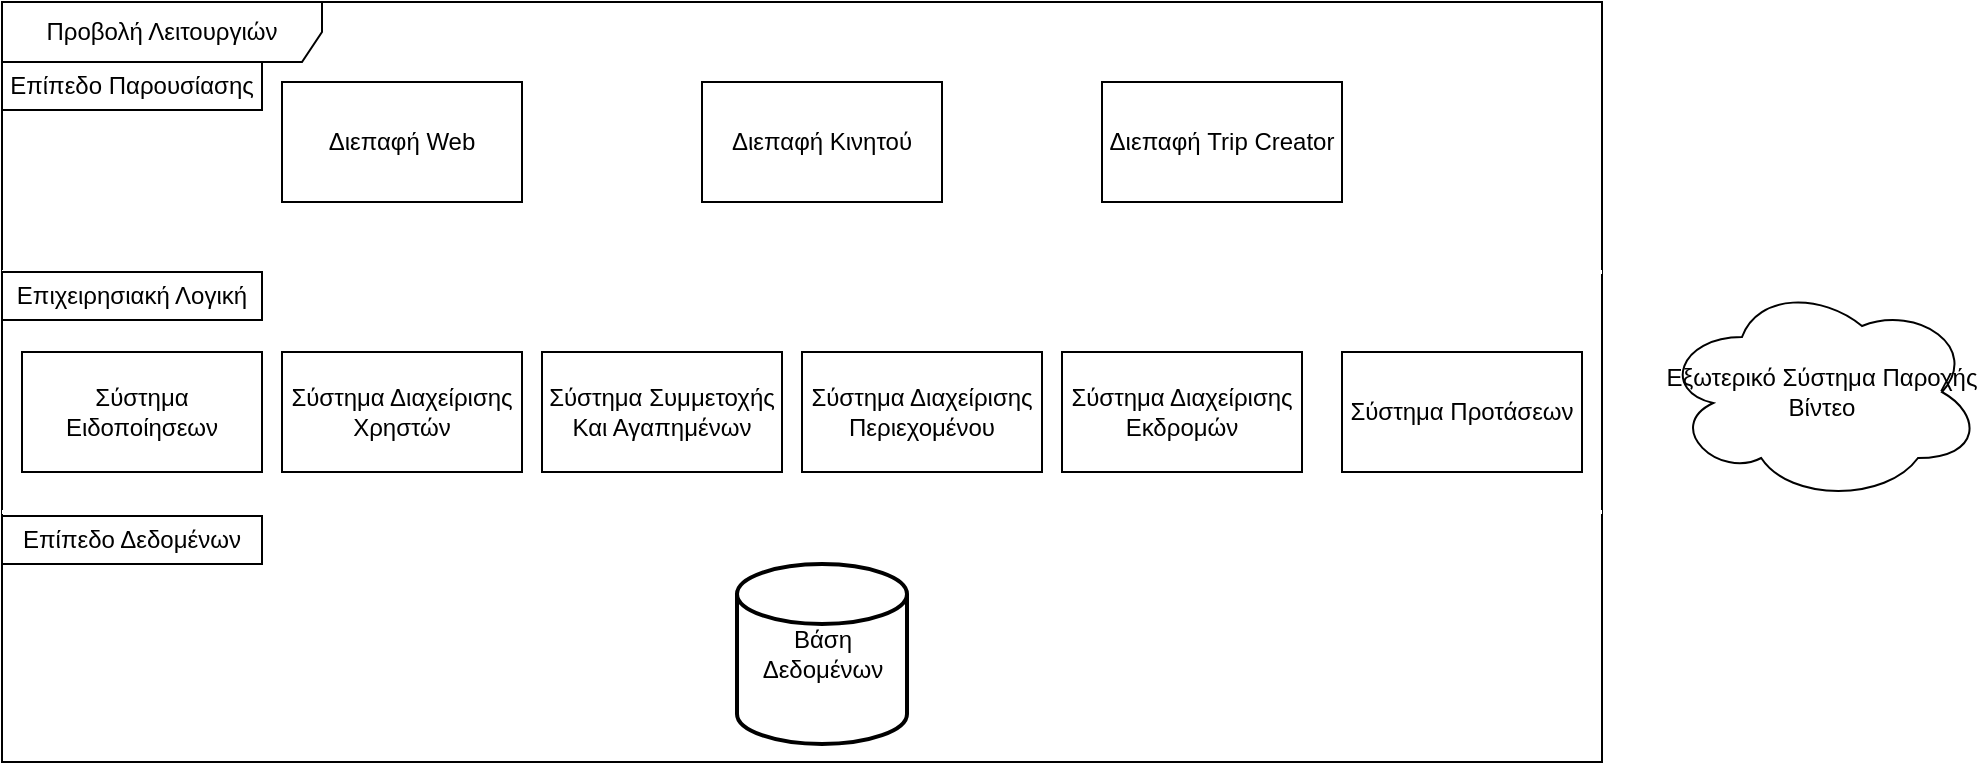
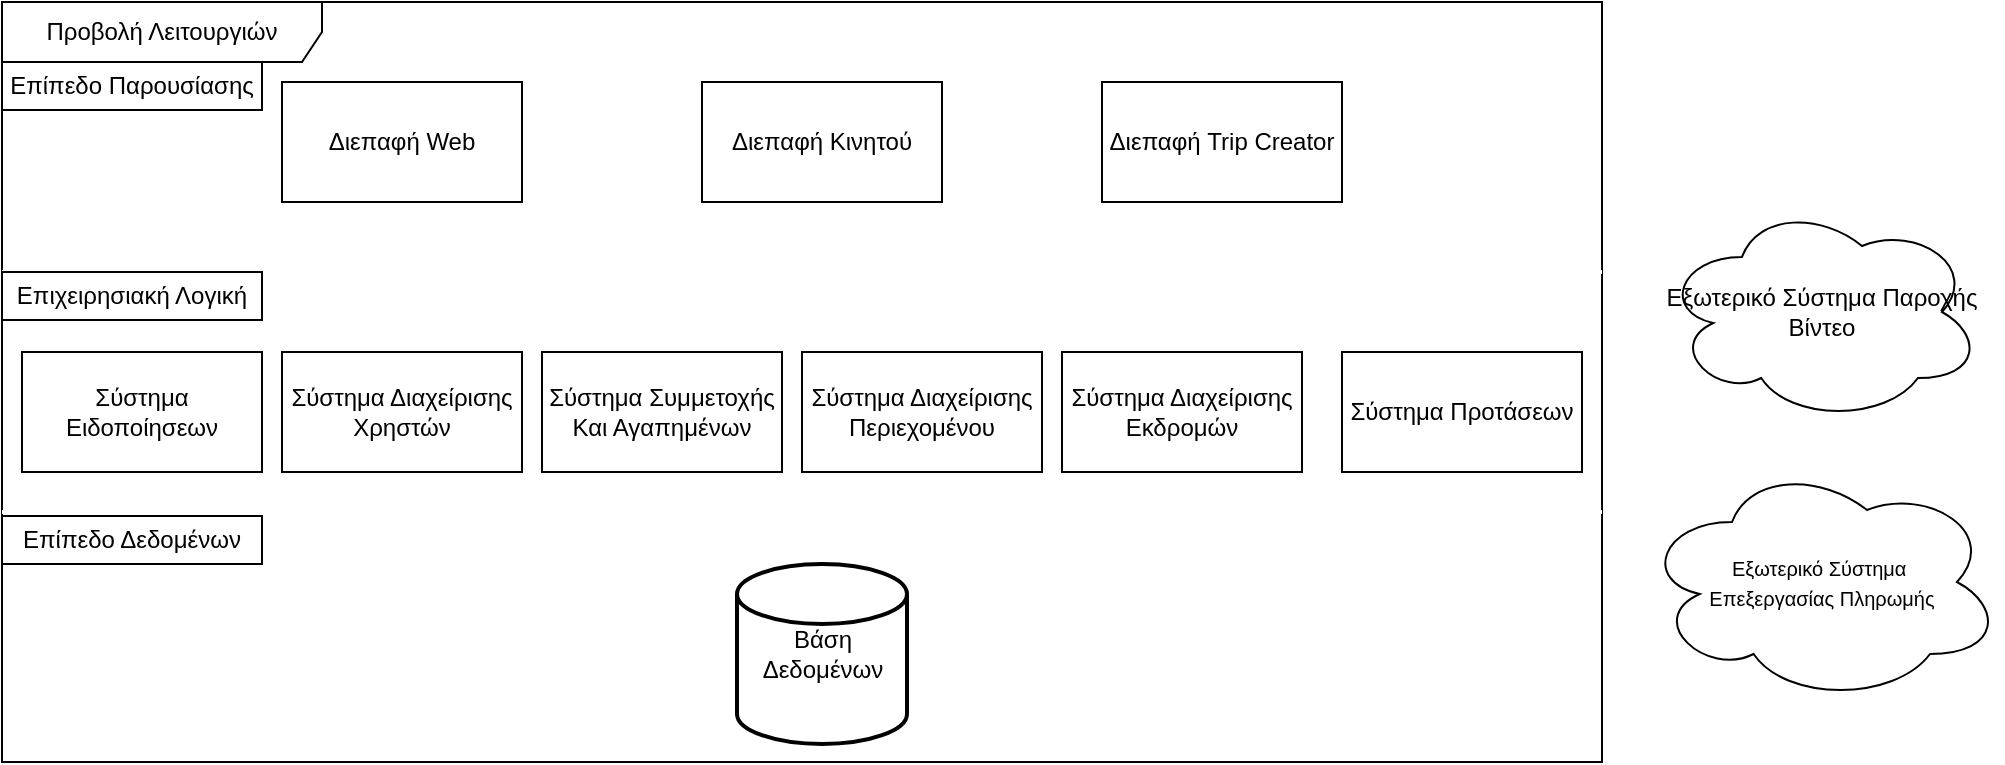
<mxfile host="Electron">
  <diagram name="Page-1" id="LWVoEHIgdcVyGuXH9VBG">
    <mxGraphModel dx="1276" dy="936" grid="1" gridSize="10" guides="1" tooltips="1" connect="1" arrows="1" fold="1" page="1" pageScale="1" pageWidth="2336" pageHeight="1654" math="0" shadow="0">
      <root>
        <mxCell id="0" />
        <mxCell id="1" parent="0" />
        <mxCell id="cU49adkIA0k8HB_ilmj_-1" parent="1" style="shape=umlFrame;whiteSpace=wrap;html=1;pointerEvents=0;recursiveResize=0;container=1;collapsible=0;width=160;" value="Προβολή Λειτουργιών" vertex="1">
          <mxGeometry height="380" width="800" x="350" y="280" as="geometry" />
        </mxCell>
        <mxCell id="cU49adkIA0k8HB_ilmj_-5" parent="cU49adkIA0k8HB_ilmj_-1" style="rounded=0;whiteSpace=wrap;html=1;" value="Σύστημα Διαχείρισης Χρηστών" vertex="1">
          <mxGeometry height="60" width="120" x="140" y="175" as="geometry" />
        </mxCell>
        <mxCell id="cU49adkIA0k8HB_ilmj_-7" parent="cU49adkIA0k8HB_ilmj_-1" style="rounded=0;whiteSpace=wrap;html=1;" value="Σύστημα Ειδοποίησεων" vertex="1">
          <mxGeometry height="60" width="120" x="10" y="175" as="geometry" />
        </mxCell>
        <mxCell id="cU49adkIA0k8HB_ilmj_-8" parent="cU49adkIA0k8HB_ilmj_-1" style="rounded=0;whiteSpace=wrap;html=1;" value="Σύστημα Συμμετοχής Και Αγαπημένων" vertex="1">
          <mxGeometry height="60" width="120" x="270" y="175" as="geometry" />
        </mxCell>
        <mxCell id="cU49adkIA0k8HB_ilmj_-11" parent="cU49adkIA0k8HB_ilmj_-1" style="whiteSpace=wrap;html=1;" value="Σύστημα Διαχείρισης Περιεχομένου" vertex="1">
          <mxGeometry height="60" width="120" x="400" y="175" as="geometry" />
        </mxCell>
        <mxCell id="cU49adkIA0k8HB_ilmj_-12" parent="cU49adkIA0k8HB_ilmj_-1" style="line;strokeWidth=2;html=1;fontColor=#FF0000;labelBackgroundColor=#FF0000;strokeColor=#FFFFFF;" value="" vertex="1">
          <mxGeometry height="10" width="800" y="130" as="geometry" />
        </mxCell>
        <mxCell id="cU49adkIA0k8HB_ilmj_-13" parent="cU49adkIA0k8HB_ilmj_-1" style="line;strokeWidth=2;html=1;strokeColor=#FFFFFF;" value="" vertex="1">
          <mxGeometry height="10" width="800" y="250" as="geometry" />
        </mxCell>
        <mxCell id="cU49adkIA0k8HB_ilmj_-14" parent="cU49adkIA0k8HB_ilmj_-1" style="rounded=0;whiteSpace=wrap;html=1;" value="Επιχειρησιακή Λογική" vertex="1">
          <mxGeometry height="24" width="130" y="135" as="geometry" />
        </mxCell>
        <mxCell id="cU49adkIA0k8HB_ilmj_-15" parent="cU49adkIA0k8HB_ilmj_-1" style="rounded=0;whiteSpace=wrap;html=1;" value="Επίπεδο Παρουσίασης" vertex="1">
          <mxGeometry height="24" width="130" y="30" as="geometry" />
        </mxCell>
        <mxCell id="cU49adkIA0k8HB_ilmj_-18" parent="cU49adkIA0k8HB_ilmj_-1" style="strokeWidth=2;html=1;shape=mxgraph.flowchart.database;whiteSpace=wrap;" value="Βάση Δεδομένων" vertex="1">
          <mxGeometry height="90" width="85" x="367.5" y="281" as="geometry" />
        </mxCell>
        <object label="Διεπαφή Web" Description="Περιλαμβάνει τις λειτουργίες Login, Προβολή Εκδηλώσεων, Συμμετοχή." id="cU49adkIA0k8HB_ilmj_-19">
          <mxCell parent="cU49adkIA0k8HB_ilmj_-1" style="whiteSpace=wrap;html=1;" vertex="1">
            <mxGeometry height="60" width="120" x="140" y="40" as="geometry" />
          </mxCell>
        </object>
        <mxCell id="cU49adkIA0k8HB_ilmj_-21" parent="cU49adkIA0k8HB_ilmj_-1" style="whiteSpace=wrap;html=1;" value="Διεπαφή Κινητού" vertex="1">
          <mxGeometry height="60" width="120" x="350" y="40" as="geometry" />
        </mxCell>
        <mxCell id="cU49adkIA0k8HB_ilmj_-22" parent="cU49adkIA0k8HB_ilmj_-1" style="whiteSpace=wrap;html=1;" value="Διεπαφή Trip Creator" vertex="1">
          <mxGeometry height="60" width="120" x="550" y="40" as="geometry" />
        </mxCell>
        <mxCell id="cU49adkIA0k8HB_ilmj_-23" parent="cU49adkIA0k8HB_ilmj_-1" style="rounded=0;whiteSpace=wrap;html=1;" value="Επίπεδο Δεδομένων" vertex="1">
          <mxGeometry height="24" width="130" y="257" as="geometry" />
        </mxCell>
        <mxCell id="cU49adkIA0k8HB_ilmj_-6" parent="cU49adkIA0k8HB_ilmj_-1" style="rounded=0;whiteSpace=wrap;html=1;" value="Σύστημα Διαχείρισης Εκδρομών" vertex="1">
          <mxGeometry height="60" width="120" x="530" y="175" as="geometry" />
        </mxCell>
        <mxCell id="-nXPxUn_ctw05sg7sfYV-1" parent="cU49adkIA0k8HB_ilmj_-1" style="rounded=0;whiteSpace=wrap;html=1;" value="Σύστημα Προτάσεων" vertex="1">
          <mxGeometry height="60" width="120" x="670" y="175" as="geometry" />
        </mxCell>
        <mxCell id="cU49adkIA0k8HB_ilmj_-48" parent="1" style="ellipse;shape=cloud;whiteSpace=wrap;html=1;" value="Εξωτερικό Σύστημα Παροχής Βίντεο" vertex="1">
-           <mxGeometry height="110" width="160" x="1180" y="420" as="geometry" />
+           <mxGeometry height="110" width="160" x="1180" y="380" as="geometry" />
+         </mxCell>
+         <mxCell id="YrfHs1Oqd6gtfLHeYrhr-1" parent="1" style="ellipse;shape=cloud;whiteSpace=wrap;html=1;" value="&lt;font style=&quot;font-size: 10px;&quot;&gt;Εξωτερικό Σύστημα&amp;nbsp;&lt;/font&gt;&lt;div&gt;&lt;font style=&quot;font-size: 10px;&quot;&gt;Επεξεργασίας Πληρωμής&lt;/font&gt;&lt;/div&gt;" vertex="1">
+           <mxGeometry height="120" width="180" x="1170" y="510" as="geometry" />
        </mxCell>
      </root>
    </mxGraphModel>
  </diagram>
</mxfile>
